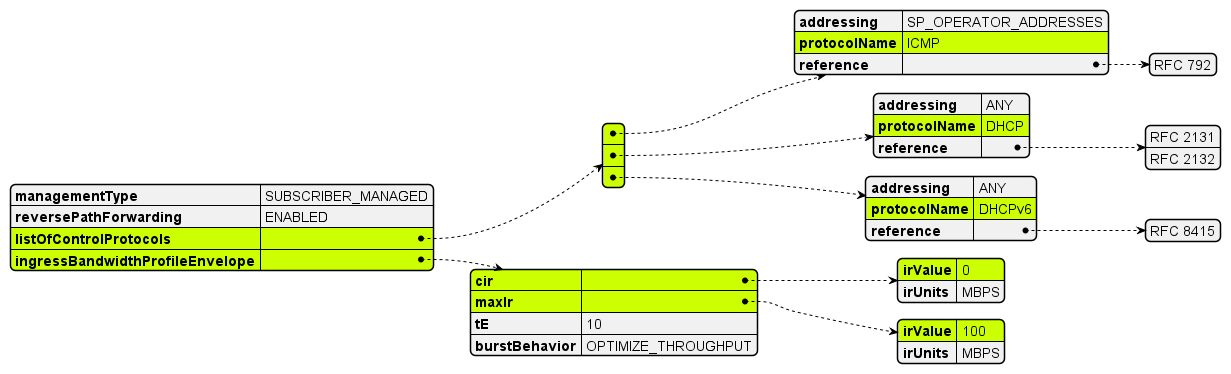
Before: documentation/productSchema/ip/internetAccess/MEF 139 resources/media/useCases/uc2Uni.png, a diagram exported from PlantUML (MEF-GIT/MEF-LSO-Sonata-SDK).
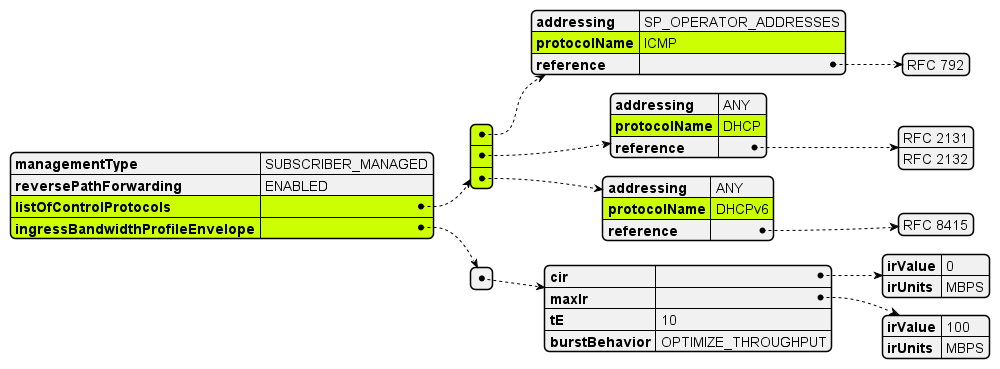
After the commit.

What changed in the source:
```diff
@@ -8,10 +8,10 @@
 #highlight "listOfControlProtocols" / "2" / "protocolName"
 
 #highlight "ingressBandwidthProfileEnvelope"
-#highlight "ingressBandwidthProfileEnvelope" / "cir"
-#highlight "ingressBandwidthProfileEnvelope" / "cir" / "irValue"
-#highlight "ingressBandwidthProfileEnvelope" / "maxIr"
-#highlight "ingressBandwidthProfileEnvelope" / "maxIr" / "irValue"
+#highlight "ingressBandwidthProfileEnvelope" /  "0" /" / "cir"
+#highlight "ingressBandwidthProfileEnvelope" /  "0" /" / "cir" / "irValue"
+#highlight "ingressBandwidthProfileEnvelope" /  "0" /" / "maxIr"
+#highlight "ingressBandwidthProfileEnvelope" /  "0" /" / "maxIr" / "irValue"
 
 
 {
@@ -34,17 +34,19 @@
       "reference": ["RFC 8415"]
     }
   ],
-  "ingressBandwidthProfileEnvelope": {
-    "cir": {
-      "irValue": 0,
-      "irUnits": "MBPS"
-    },
-    "maxIr": {
-      "irValue": 100,
-      "irUnits": "MBPS"
-    },
-    "tE": 10,
-    "burstBehavior": "OPTIMIZE_THROUGHPUT"
-  }
+  "ingressBandwidthProfileEnvelope": [
+    {
+      "cir": {
+        "irValue": 0,
+        "irUnits": "MBPS"
+      },
+      "maxIr": {
+        "irValue": 100,
+        "irUnits": "MBPS"
+      },
+      "tE": 10,
+      "burstBehavior": "OPTIMIZE_THROUGHPUT"
+    }
+  ]
 }
 @endjson
```
